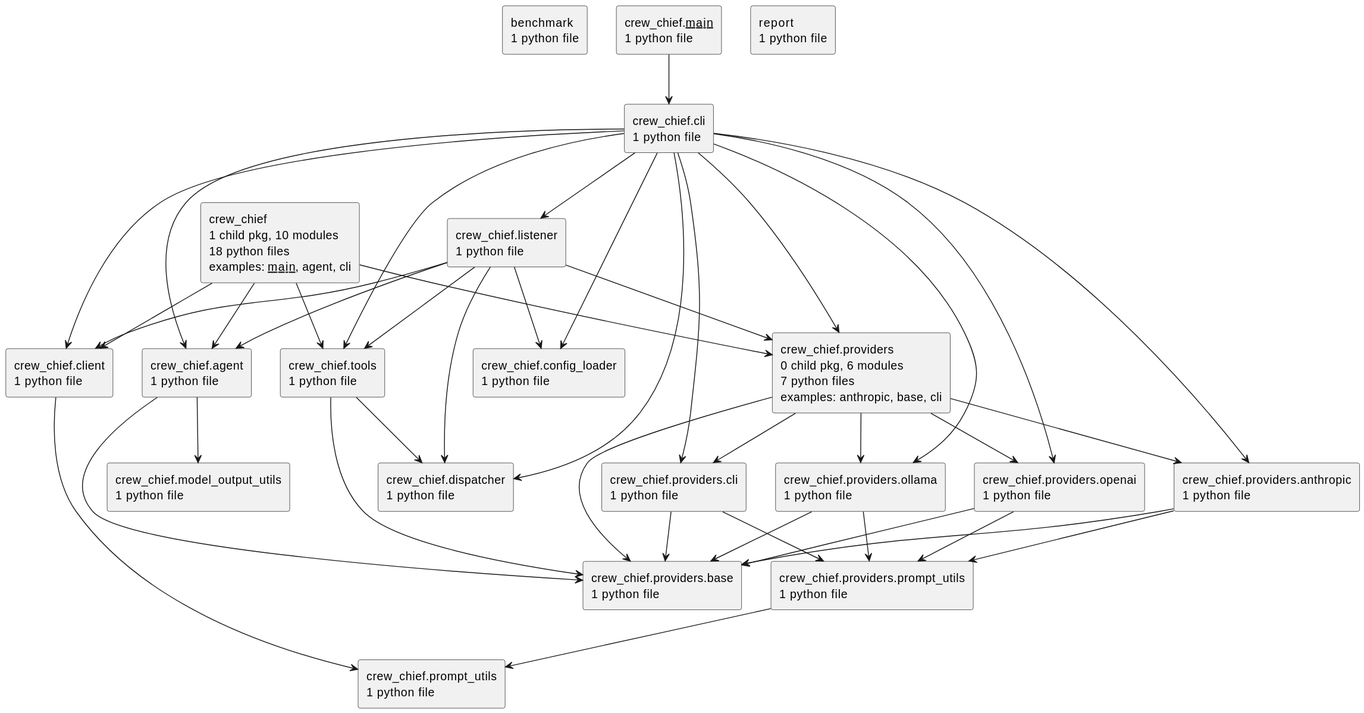
Above: docs/diagrams/python-packages.puml.svg in casonk/crew-chief (PlantUML), before the change.
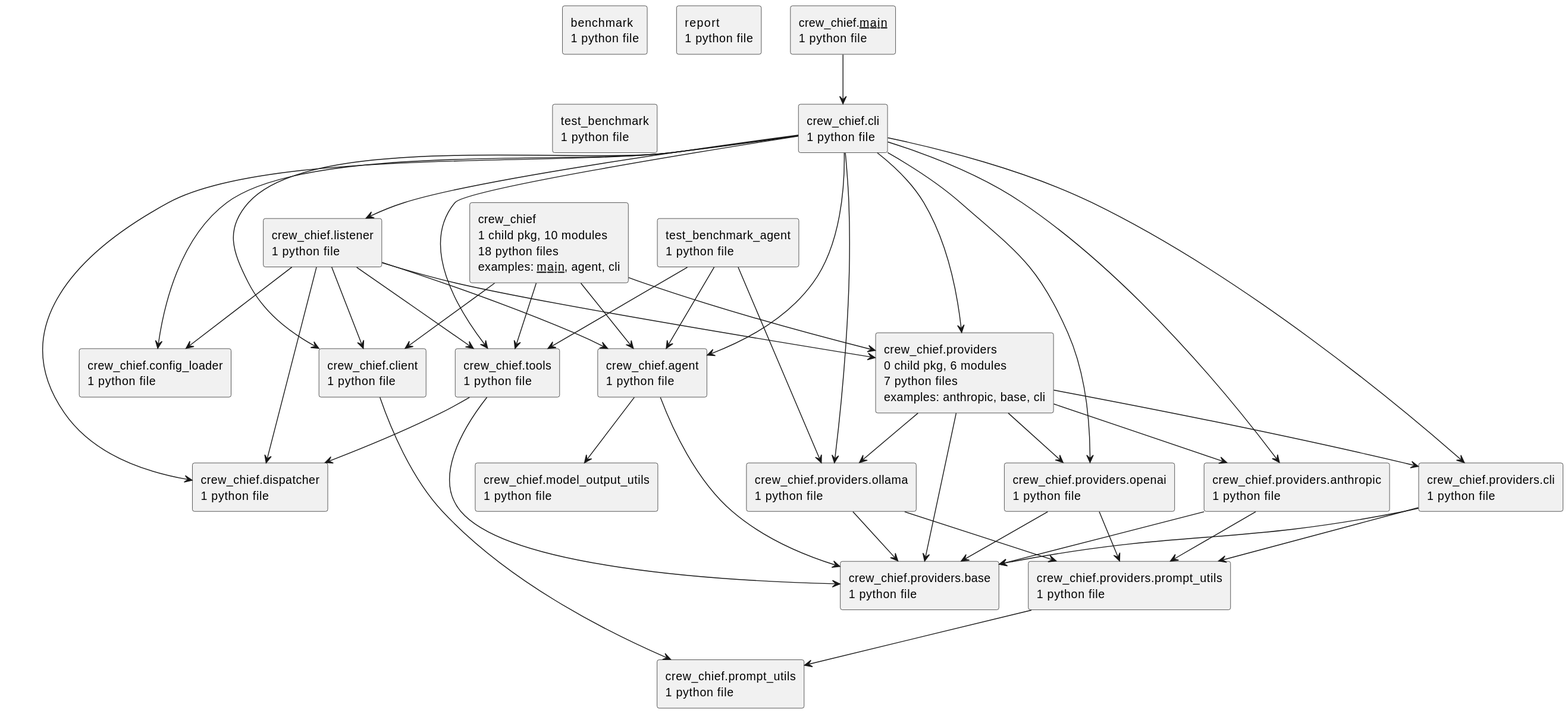
The same diagram one commit later.

The edit, as a diff of the source:
```diff
@@ -22,6 +22,8 @@
 rectangle "crew_chief.providers.prompt_utils\n1 python file" as crew_chief.providers.prompt_utils
 rectangle "crew_chief.tools\n1 python file" as crew_chief.tools
 rectangle "report\n1 python file" as report
+rectangle "test_benchmark\n1 python file" as test_benchmark
+rectangle "test_benchmark_agent\n1 python file" as test_benchmark_agent
 crew_chief --> crew_chief.agent
 crew_chief --> crew_chief.client
 crew_chief --> crew_chief.providers
@@ -63,4 +65,7 @@
 crew_chief.providers.prompt_utils --> crew_chief.prompt_utils
 crew_chief.tools --> crew_chief.dispatcher
 crew_chief.tools --> crew_chief.providers.base
+test_benchmark_agent --> crew_chief.agent
+test_benchmark_agent --> crew_chief.providers.ollama
+test_benchmark_agent --> crew_chief.tools
 @enduml
```
